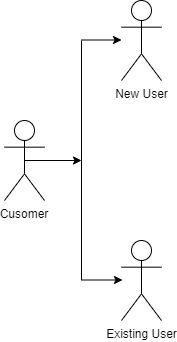
BhavishyaBhojwani/Event-Management-System keeps this draw.io diagram as Login_form.drawio.png. Above is the earlier version. Source tidied: cells renumbered, new cells last; positions are measured from the earlier drawing's top-left corner, leaving out a move shared by most shapes.
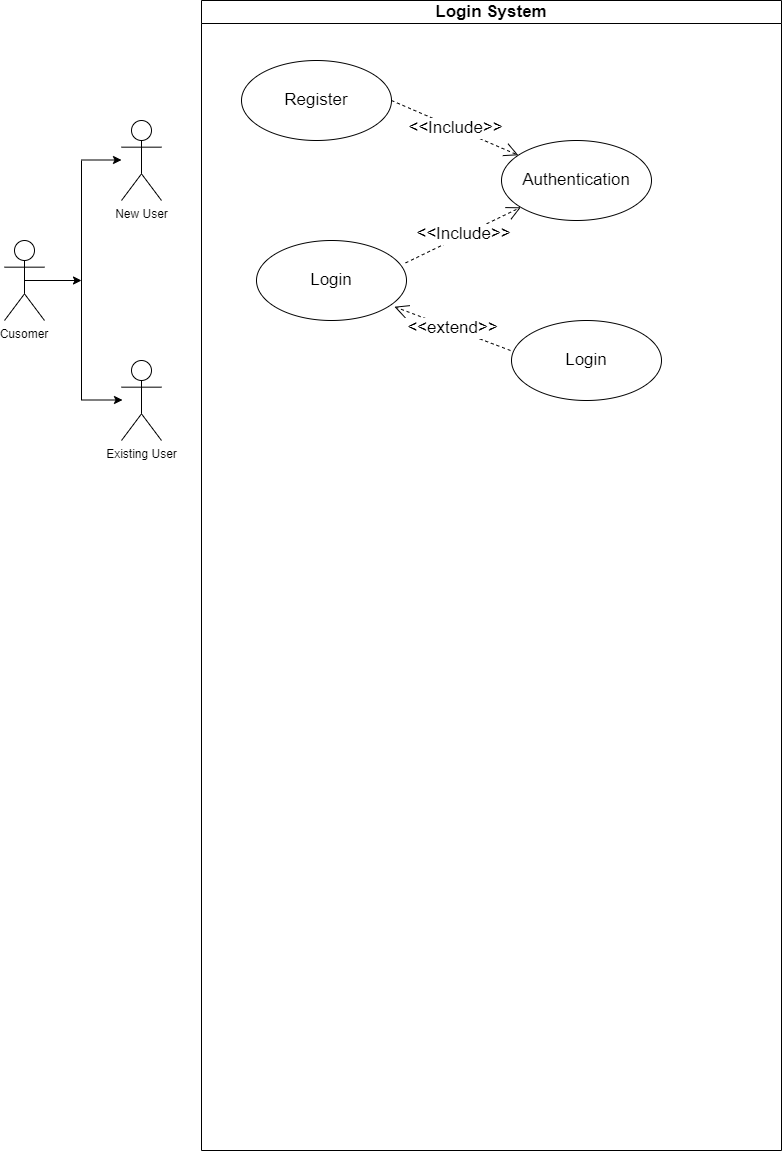
After the commit.

Diff of the diagram source:
```diff
@@ -34,5 +34,32 @@
         <mxPoint x="118" y="279.5" as="targetPoint" />
       </mxGeometry>
     </mxCell>
+    <mxCell id="9" value="&lt;font style=&quot;font-size: 17px;&quot;&gt;Login System&lt;/font&gt;" style="swimlane;whiteSpace=wrap;html=1;align=center;startSize=23;" parent="1" vertex="1">
+      <mxGeometry x="197" y="-120" width="580" height="1150" as="geometry" />
+    </mxCell>
+    <mxCell id="10" value="Register" style="ellipse;whiteSpace=wrap;html=1;fontSize=17;" parent="9" vertex="1">
+      <mxGeometry x="40" y="60" width="150" height="80" as="geometry" />
+    </mxCell>
+    <mxCell id="11" value="Login" style="ellipse;whiteSpace=wrap;html=1;fontSize=17;" parent="9" vertex="1">
+      <mxGeometry x="55" y="240" width="150" height="80" as="geometry" />
+    </mxCell>
+    <mxCell id="12" value="Authentication" style="ellipse;whiteSpace=wrap;html=1;fontSize=17;" parent="9" vertex="1">
+      <mxGeometry x="300" y="140" width="150" height="80" as="geometry" />
+    </mxCell>
+    <mxCell id="13" value="Login" style="ellipse;whiteSpace=wrap;html=1;fontSize=17;" parent="9" vertex="1">
+      <mxGeometry x="310" y="320" width="150" height="80" as="geometry" />
+    </mxCell>
+    <mxCell id="14" value="&amp;lt;&amp;lt;Include&amp;gt;&amp;gt;" style="endArrow=open;endSize=12;dashed=1;html=1;rounded=0;fontSize=17;exitX=0.994;exitY=0.28;exitDx=0;exitDy=0;exitPerimeter=0;" parent="9" edge="1" source="11" target="12">
+      <mxGeometry relative="1" as="geometry" />
+    </mxCell>
+    <mxCell id="15" value="&amp;lt;&amp;lt;Include&amp;gt;&amp;gt;" style="endArrow=open;endSize=12;dashed=1;html=1;rounded=0;fontSize=17;exitX=1;exitY=0.5;exitDx=0;exitDy=0;" parent="9" edge="1" source="10" target="12">
+      <mxGeometry relative="1" as="geometry" />
+    </mxCell>
+    <mxCell id="16" value="&amp;lt;&amp;lt;extend&amp;gt;&amp;gt;" style="endArrow=open;endSize=12;dashed=1;html=1;rounded=0;fontSize=17;entryX=0.926;entryY=0.828;entryDx=0;entryDy=0;entryPerimeter=0;" parent="9" edge="1">
+      <mxGeometry relative="1" as="geometry">
+        <mxPoint x="309" y="350" as="sourcePoint" />
+        <mxPoint x="192.9" y="306.2" as="targetPoint" />
+      </mxGeometry>
+    </mxCell>
   </root>
 </mxGraphModel>
```
